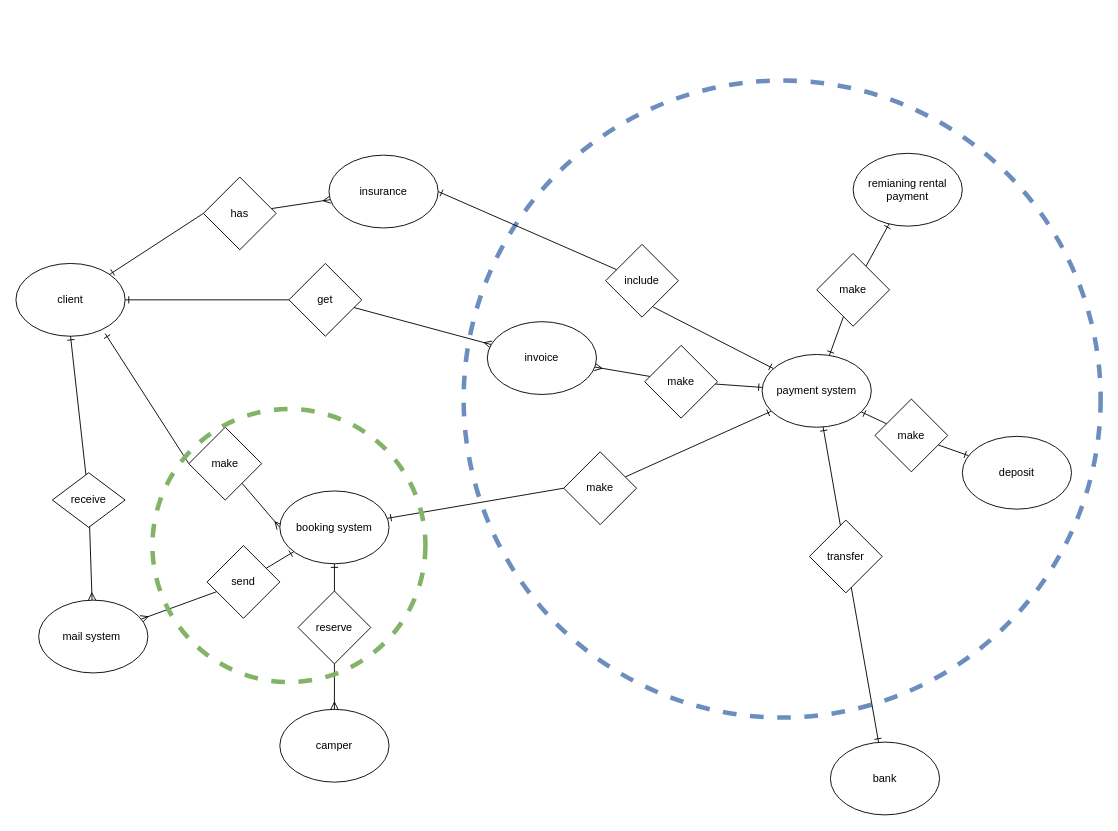
Fei-D20/The_Autocamper_rental_business keeps this draw.io diagram as page "ER" (2 of 3) of Document/ER_DiagramCamper.drawio. Above is the earlier version. Source tidied: cells renumbered, new cells numbered last; positions are measured from the earlier drawing's top-left corner, leaving out a move shared by most shapes. Both pictures are drawn from the tidied source at 91%, with x=0, y=0 at pixel (15, 80).
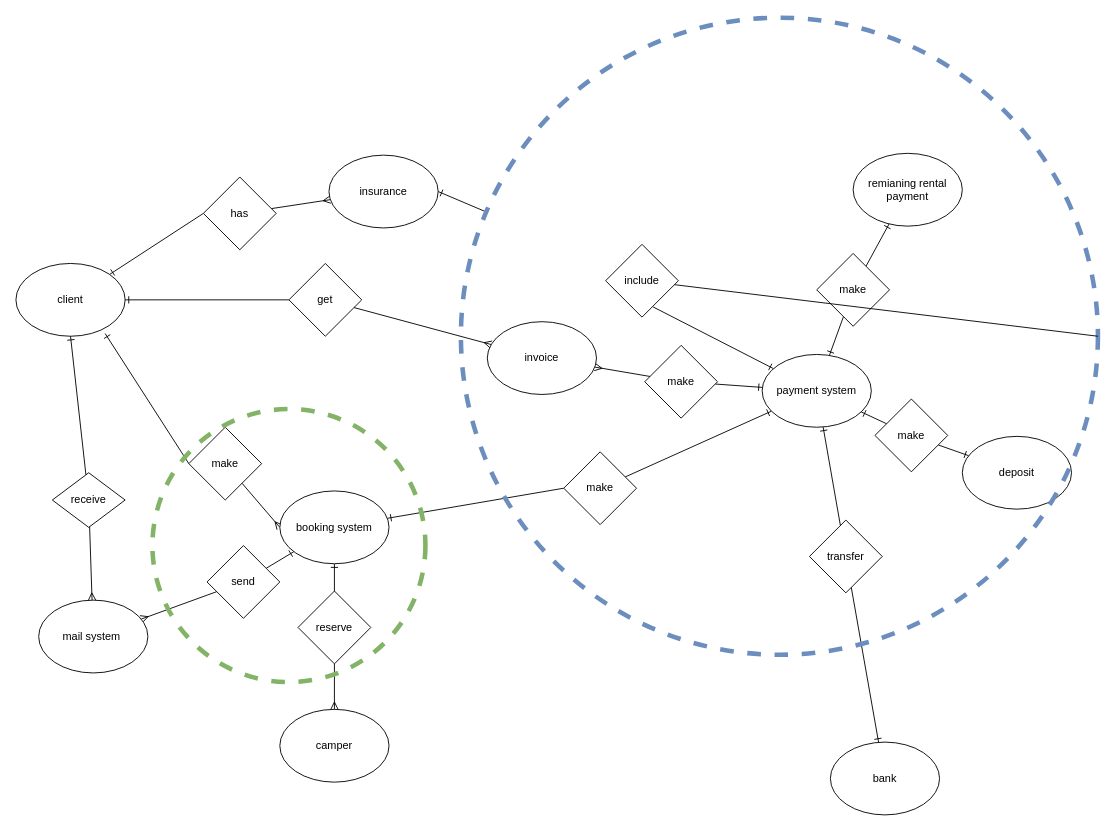
Above is the later version.

The change refers to these unchanged cells:
```xml
<mxCell id="19" value="insurance" style="ellipse;whiteSpace=wrap;html=1;" parent="1" vertex="1">
  <mxGeometry x="344" y="82" width="120" height="80" as="geometry" />
</mxCell>
<mxCell id="24" value="include" style="rhombus;whiteSpace=wrap;html=1;" parent="1" vertex="1">
  <mxGeometry x="648" y="180" width="80" height="80" as="geometry" />
</mxCell>
```

What changed in the source:
```diff
@@
-    <mxCell id="2" style="ellipse;whiteSpace=wrap;html=1;strokeColor=#6c8ebf;fillColor=none;dashed=1;strokeWidth=5;" parent="1" vertex="1">
-      <mxGeometry x="492" width="700" height="700" as="geometry" />
-    </mxCell>
@@
-    <mxCell id="23" style="edgeStyle=none;rounded=0;jettySize=auto;html=1;entryX=1;entryY=0.5;entryDx=0;entryDy=0;endArrow=ERone;endFill=0;" parent="1" edge="1" source="24" target="19">
+    <mxCell id="23" style="edgeStyle=none;rounded=0;jettySize=auto;html=1;entryX=1;entryY=0.5;entryDx=0;entryDy=0;endArrow=ERone;endFill=0;startArrow=none;" parent="1" edge="1" source="2" target="19">
       <mxGeometry relative="1" as="geometry" />
     </mxCell>
@@
+    <mxCell id="2" style="ellipse;whiteSpace=wrap;html=1;strokeColor=#6c8ebf;fillColor=none;dashed=1;strokeWidth=5;" parent="1" vertex="1">
+      <mxGeometry x="489" y="-69" width="700" height="700" as="geometry" />
+    </mxCell>
+    <mxCell id="50" style="edgeStyle=none;rounded=0;jettySize=auto;html=1;entryX=1;entryY=0.5;entryDx=0;entryDy=0;endArrow=none;endFill=0;" parent="1" edge="1" source="24" target="2">
+      <mxGeometry relative="1" as="geometry" />
+    </mxCell>
```
